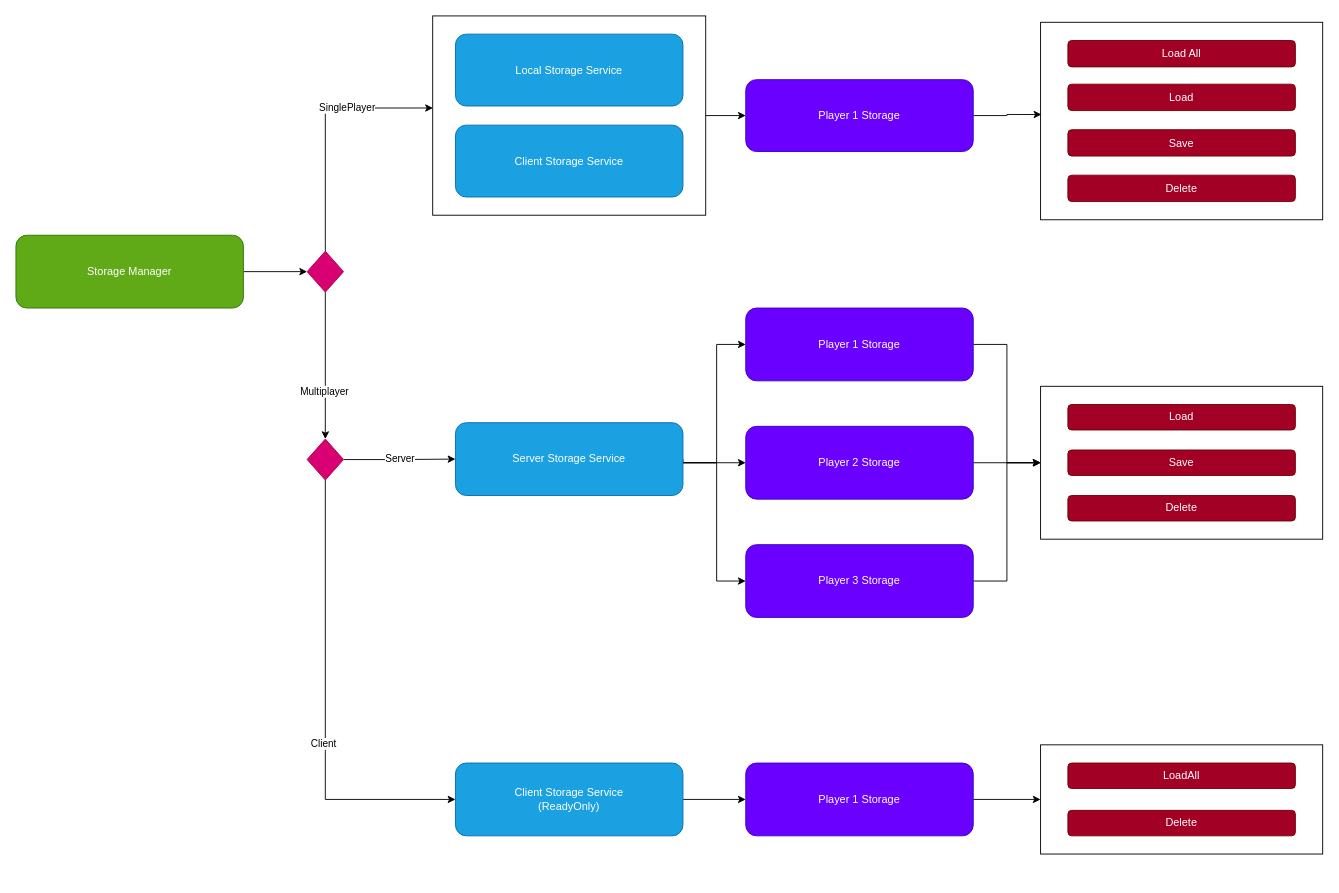
Before: Diagrams/Storage.drawio in andrex903/OdenFlow, a draw.io diagram. Source tidied: cells renumbered, new cells numbered last; positions are measured from the earlier drawing's top-left corner, leaving out a move shared by most shapes. Both pictures are drawn from the tidied source at 91%, with x=0, y=0 at pixel (15, 15).
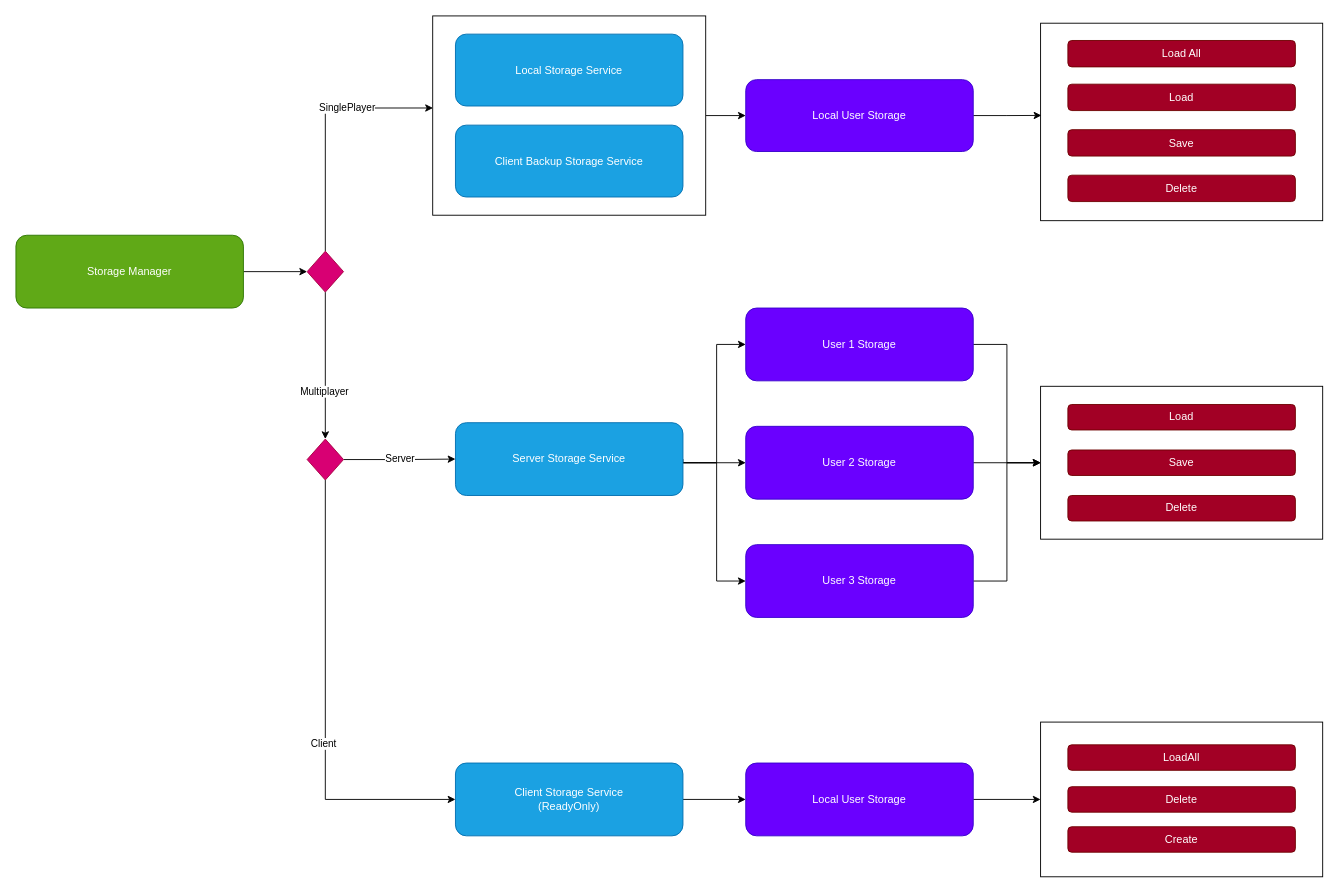
The same diagram, later.

The edit, as a diff of the source:
```diff
@@
     <mxCell id="2" style="rounded=0;whiteSpace=wrap;html=1;" parent="1" vertex="1">
-      <mxGeometry x="1126" y="7" width="310" height="217" as="geometry" />
+      <mxGeometry x="1126" y="8" width="310" height="217" as="geometry" />
     </mxCell>
@@
-    <mxCell id="10" value="Client Storage Service" style="rounded=1;whiteSpace=wrap;html=1;fillColor=#1ba1e2;strokeColor=#006EAF;fontColor=#ffffff;" parent="1" vertex="1">
+    <mxCell id="10" value="Client Backup Storage Service" style="rounded=1;whiteSpace=wrap;html=1;fillColor=#1ba1e2;strokeColor=#006EAF;fontColor=#ffffff;" parent="1" vertex="1">
       <mxGeometry x="483" y="120" width="250" height="79" as="geometry" />
     </mxCell>
@@
-    <mxCell id="13" value="Player 1 Storage" style="rounded=1;whiteSpace=wrap;html=1;fillColor=#6a00ff;strokeColor=#3700CC;fontColor=#ffffff;" parent="1" vertex="1">
+    <mxCell id="13" value="User 1 Storage" style="rounded=1;whiteSpace=wrap;html=1;fillColor=#6a00ff;strokeColor=#3700CC;fontColor=#ffffff;" parent="1" vertex="1">
       <mxGeometry x="802" y="321" width="250" height="80" as="geometry" />
     </mxCell>
@@
-    <mxCell id="15" value="Player 2 Storage" style="rounded=1;whiteSpace=wrap;html=1;fillColor=#6a00ff;strokeColor=#3700CC;fontColor=#ffffff;" parent="1" vertex="1">
+    <mxCell id="15" value="User 2 Storage" style="rounded=1;whiteSpace=wrap;html=1;fillColor=#6a00ff;strokeColor=#3700CC;fontColor=#ffffff;" parent="1" vertex="1">
       <mxGeometry x="802" y="451" width="250" height="80" as="geometry" />
     </mxCell>
@@
-    <mxCell id="17" value="Player 3 Storage" style="rounded=1;whiteSpace=wrap;html=1;fillColor=#6a00ff;strokeColor=#3700CC;fontColor=#ffffff;" parent="1" vertex="1">
+    <mxCell id="17" value="User 3 Storage" style="rounded=1;whiteSpace=wrap;html=1;fillColor=#6a00ff;strokeColor=#3700CC;fontColor=#ffffff;" parent="1" vertex="1">
       <mxGeometry x="802" y="581" width="250" height="80" as="geometry" />
     </mxCell>
@@
-    <mxCell id="19" value="Player 1 Storage" style="rounded=1;whiteSpace=wrap;html=1;fillColor=#6a00ff;strokeColor=#3700CC;fontColor=#ffffff;" parent="1" vertex="1">
+    <mxCell id="19" value="Local User Storage" style="rounded=1;whiteSpace=wrap;html=1;fillColor=#6a00ff;strokeColor=#3700CC;fontColor=#ffffff;" parent="1" vertex="1">
       <mxGeometry x="802" y="70" width="250" height="79" as="geometry" />
     </mxCell>
@@
-    <mxCell id="33" value="Player 1 Storage" style="rounded=1;whiteSpace=wrap;html=1;fillColor=#6a00ff;strokeColor=#3700CC;fontColor=#ffffff;" parent="1" vertex="1">
+    <mxCell id="33" value="Local User Storage" style="rounded=1;whiteSpace=wrap;html=1;fillColor=#6a00ff;strokeColor=#3700CC;fontColor=#ffffff;" parent="1" vertex="1">
       <mxGeometry x="802" y="821" width="250" height="80" as="geometry" />
     </mxCell>
@@
     <mxCell id="43" style="rounded=0;whiteSpace=wrap;html=1;" parent="1" vertex="1">
-      <mxGeometry x="1126" y="801" width="310" height="120" as="geometry" />
+      <mxGeometry x="1126" y="776" width="310" height="170" as="geometry" />
     </mxCell>
     <mxCell id="44" value="LoadAll" style="rounded=1;whiteSpace=wrap;html=1;fillColor=#a20025;strokeColor=#6F0000;fontColor=#ffffff;" parent="1" vertex="1">
-      <mxGeometry x="1156" y="821" width="250" height="28" as="geometry" />
+      <mxGeometry x="1156" y="801" width="250" height="28" as="geometry" />
     </mxCell>
     <mxCell id="45" value="Delete" style="rounded=1;whiteSpace=wrap;html=1;fillColor=#a20025;strokeColor=#6F0000;fontColor=#ffffff;" parent="1" vertex="1">
-      <mxGeometry x="1156" y="873" width="250" height="28" as="geometry" />
+      <mxGeometry x="1156" y="847" width="250" height="28" as="geometry" />
     </mxCell>
+    <mxCell id="46" value="Create" style="rounded=1;whiteSpace=wrap;html=1;fillColor=#a20025;strokeColor=#6F0000;fontColor=#ffffff;" parent="1" vertex="1">
+      <mxGeometry x="1156" y="891" width="250" height="28" as="geometry" />
+    </mxCell>
```
